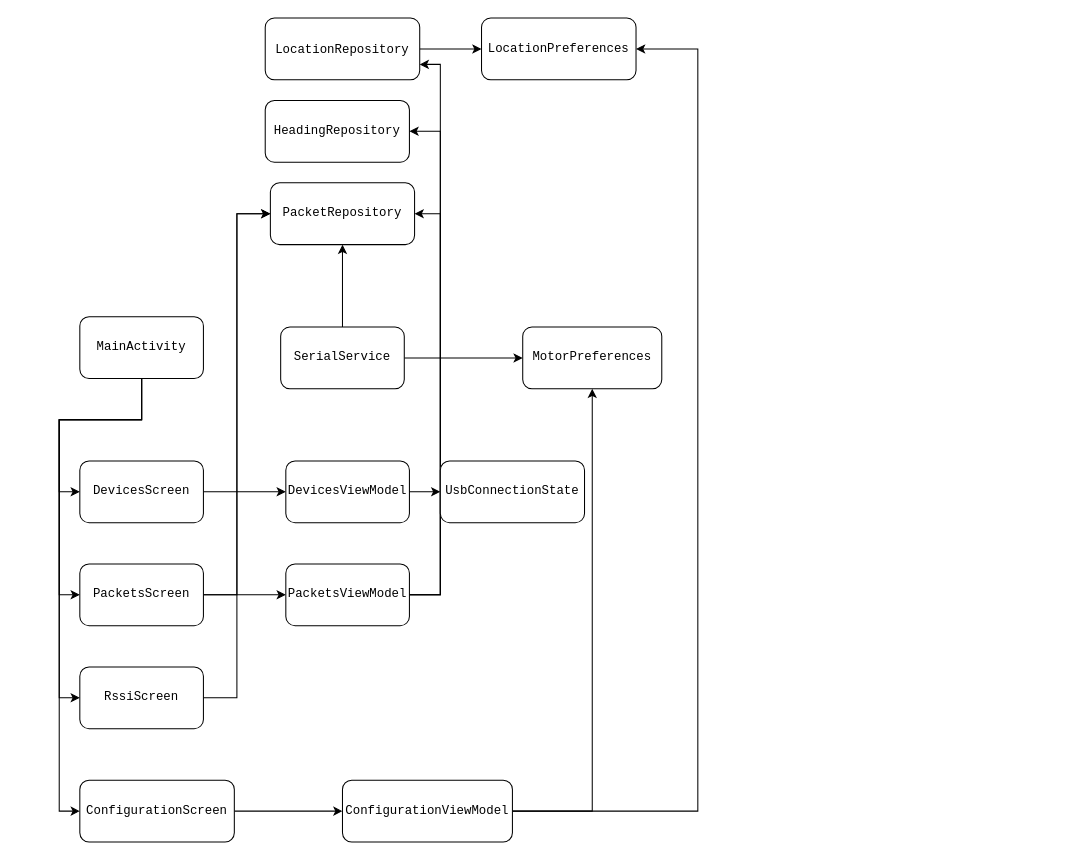
Above: Untitled Diagram.drawio in dknelson9876/BleReceiverDiagram (draw.io), before the change. Source tidied: cells renumbered, new cells numbered last; positions are measured from the earlier drawing's top-left corner, leaving out a move shared by most shapes. Both pictures are drawn from the tidied source at 103%, with x=0, y=0 at pixel (59, 18).
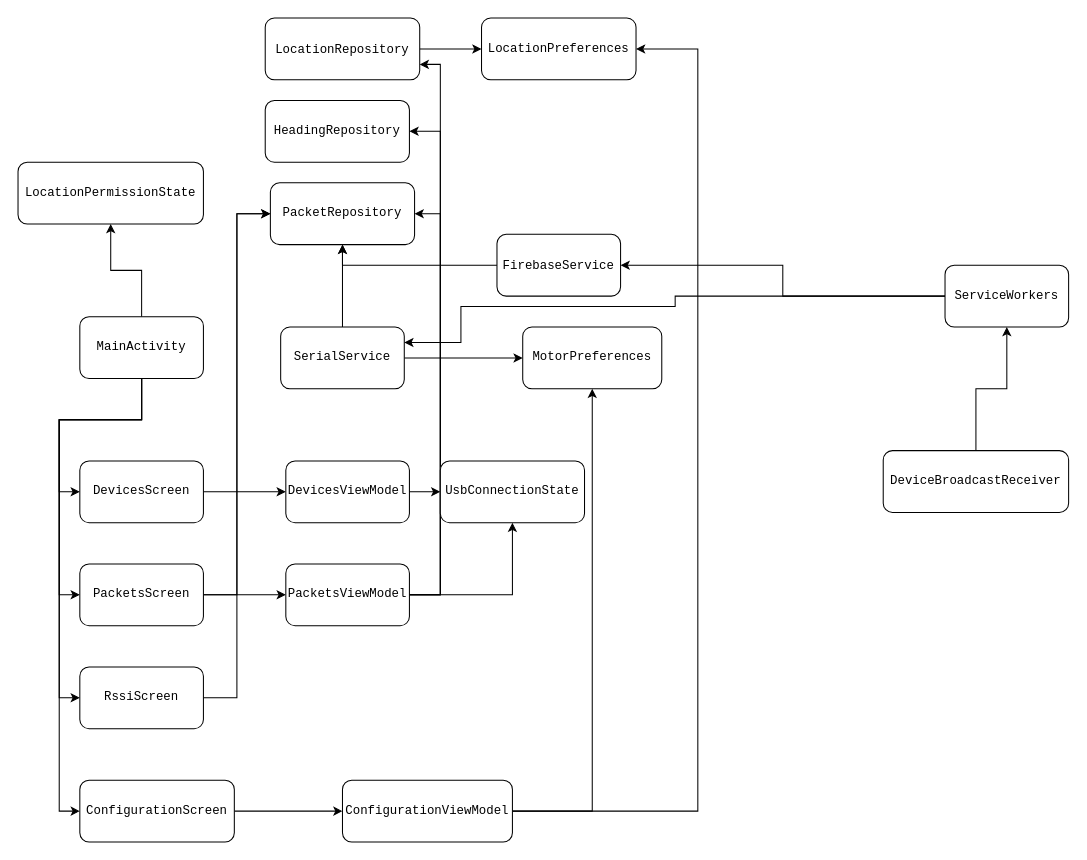
After the change.

Unchanged cells that the change refers to:
```xml
<mxCell id="5" value="PacketRepository" style="rounded=1;whiteSpace=wrap;html=1;fontFamily=Courier New;" parent="1" vertex="1">
  <mxGeometry x="205" y="160" width="140" height="60" as="geometry" />
</mxCell>
<mxCell id="18" value="SerialService" style="rounded=1;whiteSpace=wrap;html=1;fontFamily=Courier New;" parent="1" vertex="1">
  <mxGeometry x="215" y="300" width="120" height="60" as="geometry" />
</mxCell>
<mxCell id="25" value="PacketsViewModel" style="whiteSpace=wrap;html=1;fontFamily=Courier New;rounded=1;" parent="1" vertex="1">
  <mxGeometry x="220" y="530" width="120" height="60" as="geometry" />
</mxCell>
<mxCell id="29" value="UsbConnectionState" style="rounded=1;whiteSpace=wrap;html=1;fontFamily=Courier New;" parent="1" vertex="1">
  <mxGeometry x="370" y="430" width="140" height="60" as="geometry" />
</mxCell>
<mxCell id="34" value="MainActivity" style="rounded=1;whiteSpace=wrap;html=1;fontFamily=Courier New;" parent="1" vertex="1">
  <mxGeometry x="20" y="290" width="120" height="60" as="geometry" />
</mxCell>
```

Diff of the diagram source:
```diff
@@
+    <mxCell id="35" style="edgeStyle=orthogonalEdgeStyle;rounded=0;jettySize=auto;html=1;fontFamily=Courier New;" parent="1" edge="1" source="25" target="29">
+      <mxGeometry relative="1" as="geometry" />
+    </mxCell>
@@
+    <mxCell id="36" style="edgeStyle=orthogonalEdgeStyle;rounded=0;jettySize=auto;html=1;entryX=0.5;entryY=1;entryDx=0;entryDy=0;fontFamily=Courier New;" parent="1" edge="1" source="34" target="39">
+      <mxGeometry relative="1" as="geometry" />
+    </mxCell>
@@
+    <mxCell id="37" style="edgeStyle=orthogonalEdgeStyle;rounded=0;jettySize=auto;html=1;entryX=0.5;entryY=1;entryDx=0;entryDy=0;fontFamily=Courier New;" parent="1" edge="1" source="38" target="5">
+      <mxGeometry relative="1" as="geometry" />
+    </mxCell>
+    <mxCell id="38" value="&lt;font face=&quot;Courier New&quot;&gt;FirebaseService&lt;/font&gt;" style="rounded=1;whiteSpace=wrap;html=1;" parent="1" vertex="1">
+      <mxGeometry x="425" y="210" width="120" height="60" as="geometry" />
+    </mxCell>
+    <mxCell id="39" value="LocationPermissionState" style="rounded=1;whiteSpace=wrap;html=1;fontFamily=Courier New;" parent="1" vertex="1">
+      <mxGeometry x="-40" y="140" width="180" height="60" as="geometry" />
+    </mxCell>
+    <mxCell id="40" style="edgeStyle=orthogonalEdgeStyle;rounded=0;jettySize=auto;html=1;entryX=0.5;entryY=1;entryDx=0;entryDy=0;fontFamily=Courier New;" parent="1" edge="1" source="41" target="44">
+      <mxGeometry relative="1" as="geometry" />
+    </mxCell>
+    <mxCell id="41" value="DeviceBroadcastReceiver" style="rounded=1;whiteSpace=wrap;html=1;fontFamily=Courier New;" parent="1" vertex="1">
+      <mxGeometry x="800" y="420" width="180" height="60" as="geometry" />
+    </mxCell>
+    <mxCell id="42" style="edgeStyle=orthogonalEdgeStyle;rounded=0;jettySize=auto;html=1;entryX=1;entryY=0.5;entryDx=0;entryDy=0;fontFamily=Courier New;" parent="1" edge="1" source="44" target="38">
+      <mxGeometry relative="1" as="geometry" />
+    </mxCell>
+    <mxCell id="43" style="edgeStyle=orthogonalEdgeStyle;rounded=0;jettySize=auto;html=1;entryX=1;entryY=0.25;entryDx=0;entryDy=0;fontFamily=Courier New;" parent="1" edge="1" source="44" target="18">
+      <mxGeometry relative="1" as="geometry">
+        <Array as="points">
+          <mxPoint x="598" y="270" />
+          <mxPoint x="598" y="280" />
+          <mxPoint x="390" y="280" />
+          <mxPoint x="390" y="315" />
+        </Array>
+      </mxGeometry>
+    </mxCell>
+    <mxCell id="44" value="ServiceWorkers" style="rounded=1;whiteSpace=wrap;html=1;fontFamily=Courier New;" parent="1" vertex="1">
+      <mxGeometry x="860" y="240" width="120" height="60" as="geometry" />
+    </mxCell>
```
